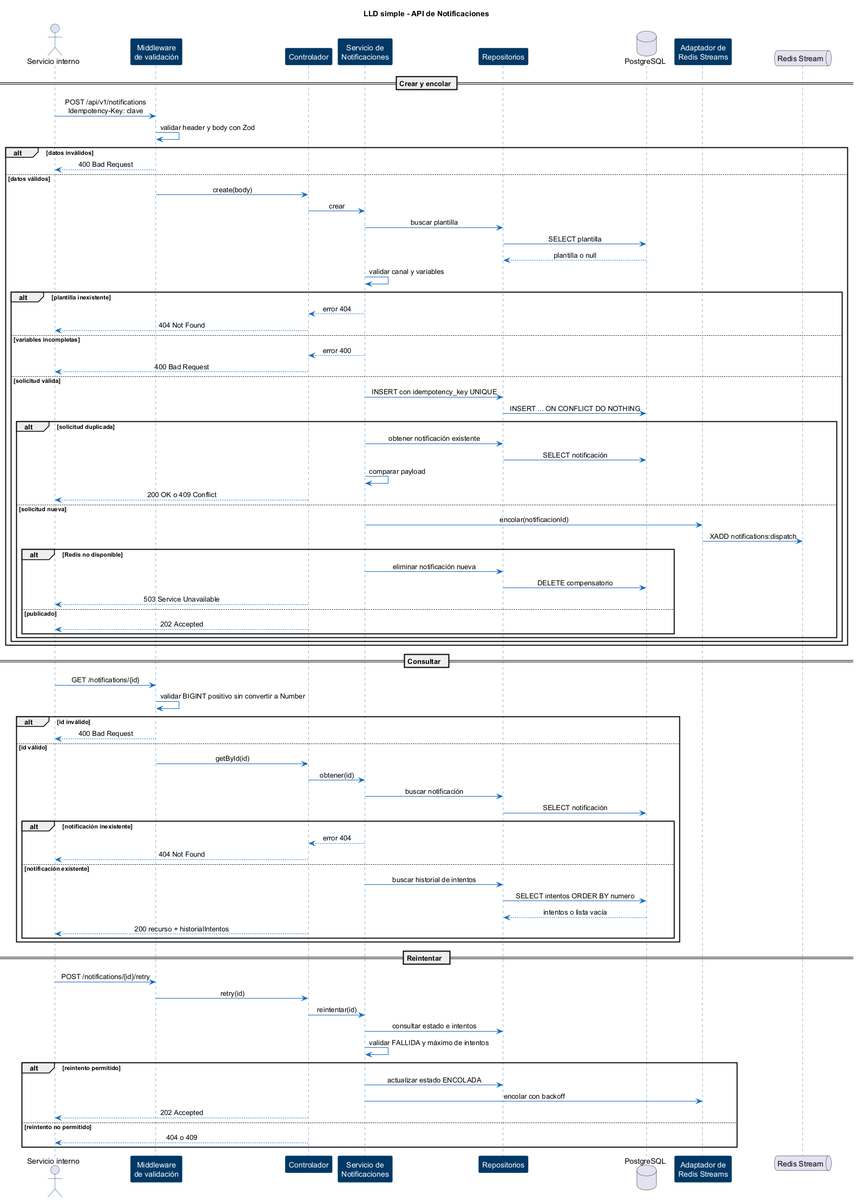
Before: notificaciones-architecture/diagrams/LLD/notificaciones/notificaciones-06-lld-notificaciones.png, a diagram exported from PlantUML (Frosmin/tigoBootcamp).
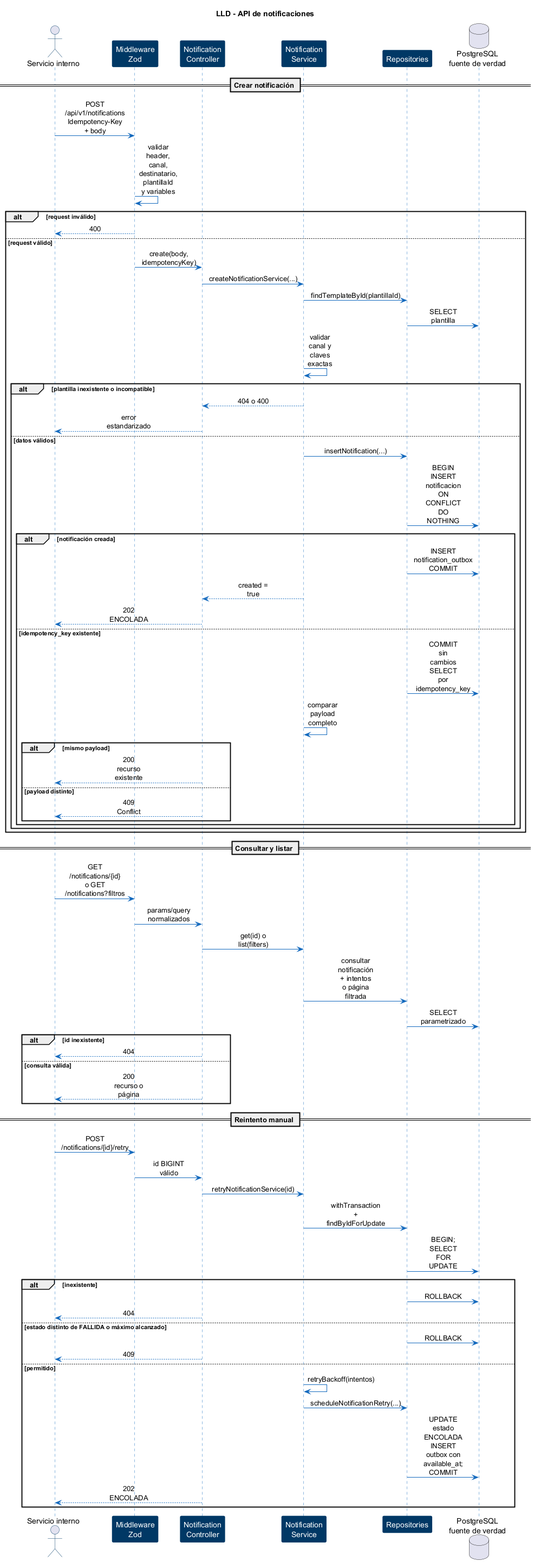
The same file after the commit.

What changed in the source:
```diff
@@ -2,6 +2,7 @@
 skinparam backgroundColor #FFFFFF
 skinparam shadowing false
 skinparam sequenceMessageAlign center
+skinparam maxMessageSize 65
 skinparam sequence {
     ArrowColor #1168BD
     LifeLineBorderColor #1168BD
@@ -11,91 +12,77 @@
     ActorBorderColor #003865
 }
 
-title LLD simple - API de Notificaciones
+title LLD - API de notificaciones
 
 actor "Servicio interno" as emisor
-participant "Middleware\nde validación" as validation
-participant "Controlador" as controller
-participant "Servicio de\nNotificaciones" as service
-participant "Repositorios" as repositories
-database "PostgreSQL" as db
-participant "Adaptador de\nRedis Streams" as queueAdapter
-queue "Redis Stream" as redis
+participant "Middleware\nZod" as validation
+participant "Notification\nController" as controller
+participant "Notification\nService" as service
+participant "Repositories" as repositories
+database "PostgreSQL\nfuente de verdad" as db
 
-== Crear y encolar ==
-emisor -> validation : POST /api/v1/notifications\nIdempotency-Key: clave
-validation -> validation : validar header y body con Zod
-alt datos inválidos
-    validation --> emisor : 400 Bad Request
-else datos válidos
-    validation -> controller : create(body)
-    controller -> service : crear
-    service -> repositories : buscar plantilla
+== Crear notificación ==
+emisor -> validation : POST /api/v1/notifications\nIdempotency-Key + body
+validation -> validation : validar header, canal, destinatario,\nplantillaId y variables
+alt request inválido
+    validation --> emisor : 400
+else request válido
+    validation -> controller : create(body, idempotencyKey)
+    controller -> service : createNotificationService(...)
+    service -> repositories : findTemplateById(plantillaId)
     repositories -> db : SELECT plantilla
-    db --> repositories : plantilla o null
-    service -> service : validar canal y variables
-    alt plantilla inexistente
-        service --> controller : error 404
-        controller --> emisor : 404 Not Found
-    else variables incompletas
-        service --> controller : error 400
-        controller --> emisor : 400 Bad Request
-    else solicitud válida
-        service -> repositories : INSERT con idempotency_key UNIQUE
-        repositories -> db : INSERT ... ON CONFLICT DO NOTHING
-        alt solicitud duplicada
-            service -> repositories : obtener notificación existente
-            repositories -> db : SELECT notificación
-            service -> service : comparar payload
-            controller --> emisor : 200 OK o 409 Conflict
-        else solicitud nueva
-            service -> queueAdapter : encolar(notificacionId)
-            queueAdapter -> redis : XADD notifications:dispatch
-            alt Redis no disponible
-                service -> repositories : eliminar notificación nueva
-                repositories -> db : DELETE compensatorio
-                controller --> emisor : 503 Service Unavailable
-            else publicado
-                controller --> emisor : 202 Accepted
+    service -> service : validar canal y claves exactas
+    alt plantilla inexistente o incompatible
+        service --> controller : 404 o 400
+        controller --> emisor : error estandarizado
+    else datos válidos
+        service -> repositories : insertNotification(...)
+        repositories -> db : BEGIN\nINSERT notificacion ON CONFLICT DO NOTHING
+        alt notificación creada
+            repositories -> db : INSERT notification_outbox\nCOMMIT
+            service --> controller : created = true
+            controller --> emisor : 202 ENCOLADA
+        else idempotency_key existente
+            repositories -> db : COMMIT sin cambios\nSELECT por idempotency_key
+            service -> service : comparar payload completo
+            alt mismo payload
+                controller --> emisor : 200 recurso existente
+            else payload distinto
+                controller --> emisor : 409 Conflict
             end
         end
     end
 end
 
-== Consultar  ==
-emisor -> validation : GET /notifications/{id}
-validation -> validation : validar BIGINT positivo sin convertir a Number
-alt id inválido
-    validation --> emisor : 400 Bad Request
-else id válido
-    validation -> controller : getById(id)
-    controller -> service : obtener(id)
-    service -> repositories : buscar notificación
-    repositories -> db : SELECT notificación
-    alt notificación inexistente
-        service --> controller : error 404
-        controller --> emisor : 404 Not Found
-    else notificación existente
-        service -> repositories : buscar historial de intentos
-        repositories -> db : SELECT intentos ORDER BY numero
-        db --> repositories : intentos o lista vacía
-        controller --> emisor : 200 recurso + historialIntentos
-    end
+== Consultar y listar ==
+emisor -> validation : GET /notifications/{id}\no GET /notifications?filtros
+validation -> controller : params/query normalizados
+controller -> service : get(id) o list(filters)
+service -> repositories : consultar notificación + intentos\no página filtrada
+repositories -> db : SELECT parametrizado
+alt id inexistente
+    controller --> emisor : 404
+else consulta válida
+    controller --> emisor : 200 recurso o página
 end
 
-== Reintentar  ==
+== Reintento manual ==
 emisor -> validation : POST /notifications/{id}/retry
-validation -> controller : retry(id)
-controller -> service : reintentar(id)
-service -> repositories : consultar estado e intentos
-service -> service : validar FALLIDA y máximo de intentos
-alt reintento permitido
-    service -> repositories : actualizar estado ENCOLADA
-    service -> queueAdapter : encolar con backoff
-    controller --> emisor : 202 Accepted
-else reintento no permitido
-    controller --> emisor : 404 o 409
+validation -> controller : id BIGINT válido
+controller -> service : retryNotificationService(id)
+service -> repositories : withTransaction + findByIdForUpdate
+repositories -> db : BEGIN; SELECT FOR UPDATE
+alt inexistente
+    repositories -> db : ROLLBACK
+    controller --> emisor : 404
+else estado distinto de FALLIDA o máximo alcanzado
+    repositories -> db : ROLLBACK
+    controller --> emisor : 409
+else permitido
+    service -> service : retryBackoff(intentos)
+    service -> repositories : scheduleNotificationRetry(...)
+    repositories -> db : UPDATE estado ENCOLADA\nINSERT outbox con available_at; COMMIT
+    controller --> emisor : 202 ENCOLADA
 end
 
-
 @enduml
```
